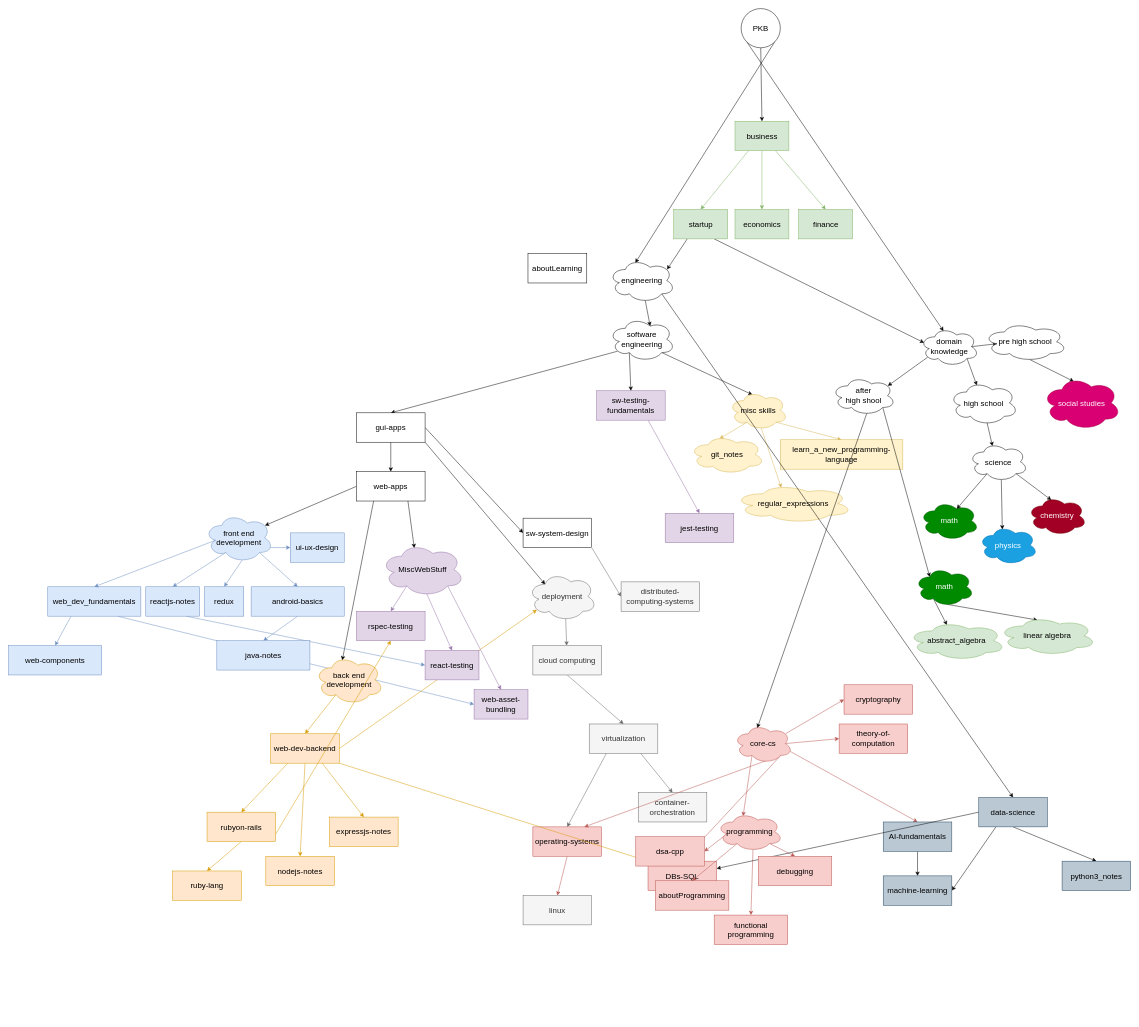
This is page "college-now" (1 of 4) of assets/personal_knowledge_base.drawio from sanjar-notes/.github, a draw.io file, before an edit. Source tidied: cells renumbered, new cells numbered last; positions are measured from the earlier drawing's top-left corner, leaving out a move shared by most shapes. Both pictures are drawn from the tidied source at 49%, with x=0, y=0 at pixel (8, 8).
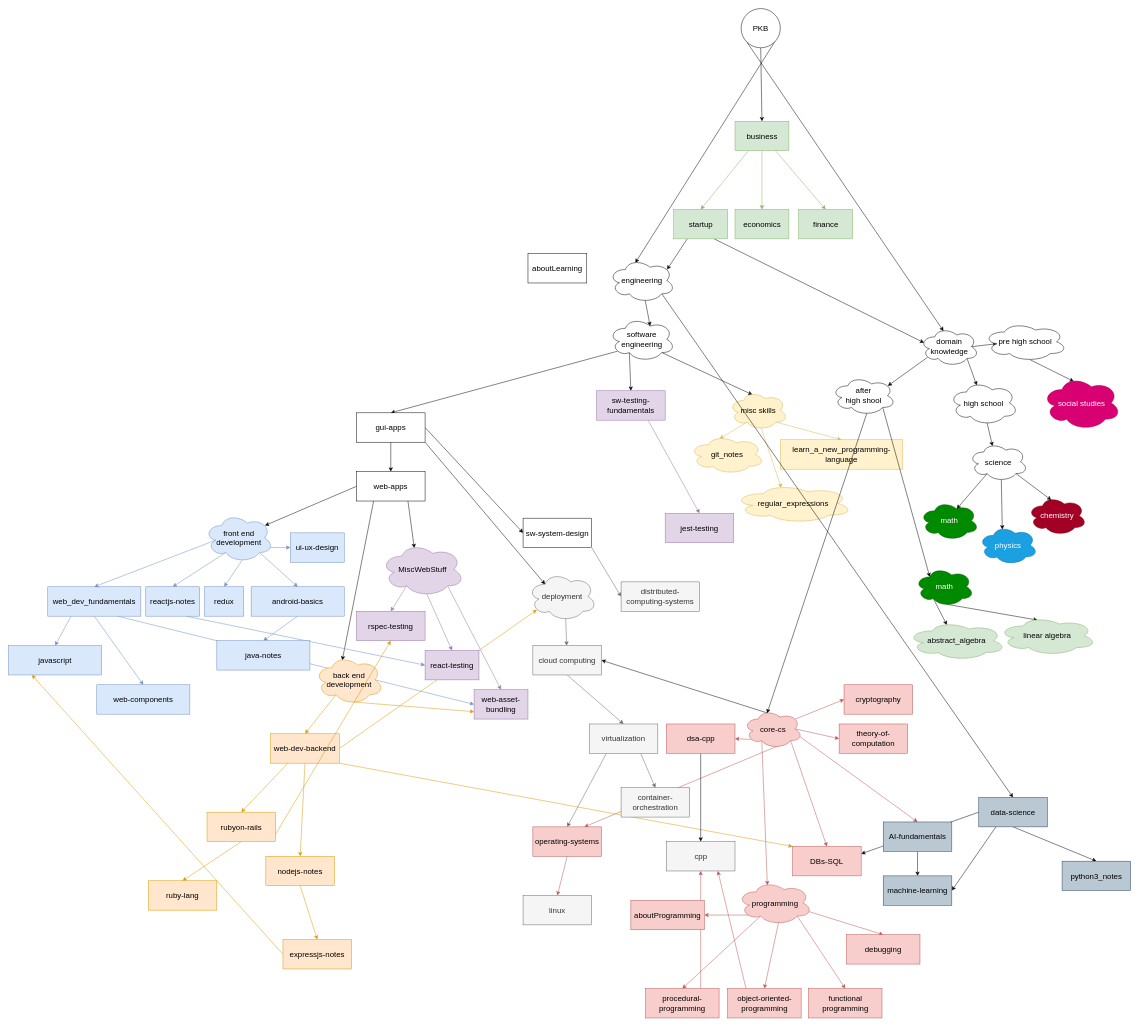
The same page after the edit.

Commit message (it also covers changes not shown here):
Add programming paradigms and cpp

The change refers to these unchanged cells:
```xml
<mxCell id="3" value="cloud computing" style="rounded=0;whiteSpace=wrap;html=1;fontSize=16;fillColor=#f5f5f5;fontColor=#333333;strokeColor=#666666;" parent="1" vertex="1">
  <mxGeometry x="1070" y="1300" width="140" height="60" as="geometry" />
</mxCell>
<mxCell id="5" value="operating-systems" style="rounded=0;whiteSpace=wrap;html=1;fontSize=16;fillColor=#f8cecc;strokeColor=#b85450;fontColor=#000000;" parent="1" vertex="1">
  <mxGeometry x="1070" y="1670" width="140" height="60" as="geometry" />
</mxCell>
<mxCell id="13" value="web_dev_fundamentals" style="rounded=0;whiteSpace=wrap;html=1;fontSize=16;fillColor=#dae8fc;strokeColor=#6c8ebf;fontColor=#000000;" parent="1" vertex="1">
  <mxGeometry x="80" y="1180" width="190" height="60" as="geometry" />
</mxCell>
<mxCell id="26" value="back end development" style="ellipse;shape=cloud;whiteSpace=wrap;html=1;fontSize=16;fillColor=#ffe6cc;strokeColor=#d79b00;fontColor=#000000;" parent="1" vertex="1">
  <mxGeometry x="625" y="1320" width="140" height="100" as="geometry" />
</mxCell>
<mxCell id="34" value="web-dev-backend" style="rounded=0;whiteSpace=wrap;html=1;fontSize=16;fillColor=#ffe6cc;strokeColor=#d79b00;fontColor=#000000;" parent="1" vertex="1">
  <mxGeometry x="535" y="1480" width="140" height="60" as="geometry" />
</mxCell>
<mxCell id="37" value="rubyon-rails" style="rounded=0;whiteSpace=wrap;html=1;fontSize=16;fillColor=#ffe6cc;strokeColor=#d79b00;fontColor=#000000;" parent="1" vertex="1">
  <mxGeometry x="405" y="1640" width="140" height="60" as="geometry" />
</mxCell>
<mxCell id="38" value="nodejs-notes" style="rounded=0;whiteSpace=wrap;html=1;fontSize=16;fillColor=#ffe6cc;strokeColor=#d79b00;fontColor=#000000;" parent="1" vertex="1">
  <mxGeometry x="525" y="1730" width="140" height="60" as="geometry" />
</mxCell>
<mxCell id="47" value="rspec-testing" style="rounded=0;whiteSpace=wrap;html=1;fontSize=16;fillColor=#e1d5e7;strokeColor=#9673a6;fontColor=#000000;" parent="1" vertex="1">
  <mxGeometry x="710" y="1230" width="140" height="60" as="geometry" />
</mxCell>
<mxCell id="125" value="data-science" style="rounded=0;whiteSpace=wrap;html=1;fontSize=16;fillColor=#bac8d3;strokeColor=#23445d;fontColor=#000000;" parent="1" vertex="1">
  <mxGeometry x="1980" y="1610" width="140" height="60" as="geometry" />
</mxCell>
<mxCell id="127" value="web-asset-bundling" style="rounded=0;whiteSpace=wrap;html=1;fontSize=16;fillColor=#e1d5e7;strokeColor=#9673a6;" parent="1" vertex="1">
  <mxGeometry x="950" y="1390" width="110" height="60" as="geometry" />
</mxCell>
```

What changed in the source:
```diff
@@
+    <mxCell id="124" style="edgeStyle=none;rounded=0;jettySize=auto;html=1;exitX=0;exitY=0.5;exitDx=0;exitDy=0;entryX=1;entryY=0.25;entryDx=0;entryDy=0;" parent="1" edge="1" source="125" target="55">
+      <mxGeometry relative="1" as="geometry" />
+    </mxCell>
+    <mxCell id="49" style="edgeStyle=none;html=1;exitX=0.8;exitY=0.8;exitDx=0;exitDy=0;exitPerimeter=0;entryX=0.75;entryY=0;entryDx=0;entryDy=0;fillColor=#f8cecc;strokeColor=#b85450;fontColor=#000000;" parent="1" edge="1" source="54" target="5">
+      <mxGeometry relative="1" as="geometry" />
+    </mxCell>
+    <mxCell id="32" style="edgeStyle=none;html=1;exitX=1;exitY=1;exitDx=0;exitDy=0;entryX=0;entryY=0;entryDx=0;entryDy=0;fontColor=#000000;fillColor=#ffe6cc;strokeColor=#d79b00;" parent="1" edge="1" source="34" target="55">
+      <mxGeometry relative="1" as="geometry" />
+    </mxCell>
+    <mxCell id="144" style="edgeStyle=none;rounded=0;jettySize=auto;html=1;exitX=0.75;exitY=0;exitDx=0;exitDy=0;entryX=0.5;entryY=1;entryDx=0;entryDy=0;fillColor=#f8cecc;strokeColor=#b85450;" parent="1" edge="1" source="153" target="156">
+      <mxGeometry relative="1" as="geometry" />
+    </mxCell>
@@
     <mxCell id="6" value="container-orchestration" style="rounded=0;whiteSpace=wrap;html=1;fontSize=16;fillColor=#f5f5f5;fontColor=#333333;strokeColor=#666666;" parent="1" vertex="1">
-      <mxGeometry x="1285" y="1600" width="140" height="60" as="geometry" />
+      <mxGeometry x="1250" y="1590" width="140" height="60" as="geometry" />
     </mxCell>
@@
+    <mxCell id="145" style="edgeStyle=none;rounded=0;jettySize=auto;html=1;exitX=0.5;exitY=1;exitDx=0;exitDy=0;entryX=0.5;entryY=0;entryDx=0;entryDy=0;fillColor=#dae8fc;strokeColor=#6c8ebf;" parent="1" edge="1" source="13" target="155">
+      <mxGeometry relative="1" as="geometry" />
+    </mxCell>
@@
+    <mxCell id="146" style="edgeStyle=none;rounded=0;jettySize=auto;html=1;exitX=0.55;exitY=0.95;exitDx=0;exitDy=0;exitPerimeter=0;entryX=0;entryY=0.75;entryDx=0;entryDy=0;fillColor=#ffe6cc;strokeColor=#d79b00;" parent="1" edge="1" source="26" target="127">
+      <mxGeometry relative="1" as="geometry" />
+    </mxCell>
@@
-    <mxCell id="31" style="edgeStyle=none;html=1;exitX=0.75;exitY=1;exitDx=0;exitDy=0;entryX=0.5;entryY=0;entryDx=0;entryDy=0;fillColor=#ffe6cc;strokeColor=#d79b00;fontColor=#000000;" parent="1" edge="1" source="34" target="39">
+    <mxCell id="31" style="edgeStyle=none;html=1;exitX=0.5;exitY=1;exitDx=0;exitDy=0;entryX=0.5;entryY=0;entryDx=0;entryDy=0;fillColor=#ffe6cc;strokeColor=#d79b00;fontColor=#000000;" parent="1" edge="1" source="38" target="39">
       <mxGeometry relative="1" as="geometry" />
     </mxCell>
-    <mxCell id="32" style="edgeStyle=none;html=1;exitX=1;exitY=1;exitDx=0;exitDy=0;entryX=0;entryY=0;entryDx=0;entryDy=0;fontColor=#000000;fillColor=#ffe6cc;strokeColor=#d79b00;" parent="1" edge="1" source="34" target="55">
-      <mxGeometry relative="1" as="geometry" />
-    </mxCell>
@@
-    <mxCell id="36" style="edgeStyle=none;rounded=0;jettySize=auto;html=1;exitX=1;exitY=0.75;exitDx=0;exitDy=0;entryX=0.5;entryY=1;entryDx=0;entryDy=0;fillColor=#ffe6cc;strokeColor=#d79b00;" parent="1" edge="1" source="37" target="47">
-      <mxGeometry relative="1" as="geometry" />
-    </mxCell>
@@
+    <mxCell id="147" style="edgeStyle=none;rounded=0;jettySize=auto;html=1;exitX=0;exitY=0.5;exitDx=0;exitDy=0;entryX=0.25;entryY=1;entryDx=0;entryDy=0;fillColor=#ffe6cc;strokeColor=#d79b00;" parent="1" edge="1" source="39" target="137">
+      <mxGeometry relative="1" as="geometry" />
+    </mxCell>
     <mxCell id="39" value="expressjs-notes" style="rounded=0;whiteSpace=wrap;html=1;fontSize=16;fillColor=#ffe6cc;strokeColor=#d79b00;fontColor=#000000;" parent="1" vertex="1">
-      <mxGeometry x="655" y="1650" width="140" height="60" as="geometry" />
+      <mxGeometry x="560" y="1900" width="140" height="60" as="geometry" />
     </mxCell>
@@
     <mxCell id="42" value="ruby-lang" style="rounded=0;whiteSpace=wrap;html=1;fontSize=16;fillColor=#ffe6cc;strokeColor=#d79b00;fontColor=#000000;" parent="1" vertex="1">
-      <mxGeometry x="335" y="1760" width="140" height="60" as="geometry" />
+      <mxGeometry x="285" y="1780" width="140" height="60" as="geometry" />
     </mxCell>
@@
-    <mxCell id="49" style="edgeStyle=none;html=1;exitX=0.8;exitY=0.8;exitDx=0;exitDy=0;exitPerimeter=0;entryX=0.75;entryY=0;entryDx=0;entryDy=0;fillColor=#f8cecc;strokeColor=#b85450;fontColor=#000000;" parent="1" edge="1" source="54" target="5">
-      <mxGeometry relative="1" as="geometry" />
-    </mxCell>
@@
+    <mxCell id="148" style="edgeStyle=none;rounded=0;jettySize=auto;html=1;exitX=0.625;exitY=0.2;exitDx=0;exitDy=0;exitPerimeter=0;entryX=1;entryY=0.5;entryDx=0;entryDy=0;" parent="1" edge="1" source="54" target="3">
+      <mxGeometry relative="1" as="geometry" />
+    </mxCell>
     <mxCell id="54" value="core-cs" style="ellipse;shape=cloud;whiteSpace=wrap;html=1;fontSize=16;fillColor=#f8cecc;strokeColor=#b85450;fontColor=#000000;" parent="1" vertex="1">
-      <mxGeometry x="1480" y="1460" width="120" height="80" as="geometry" />
+      <mxGeometry x="1500" y="1430" width="120" height="80" as="geometry" />
     </mxCell>
     <mxCell id="55" value="DBs-SQL" style="rounded=0;whiteSpace=wrap;html=1;fontSize=16;fillColor=#f8cecc;strokeColor=#b85450;fontColor=#000000;" parent="1" vertex="1">
-      <mxGeometry x="1305" y="1740" width="140" height="60" as="geometry" />
+      <mxGeometry x="1600" y="1710" width="140" height="60" as="geometry" />
     </mxCell>
@@
-    <mxCell id="57" style="edgeStyle=none;html=1;exitX=0.16;exitY=0.55;exitDx=0;exitDy=0;exitPerimeter=0;entryX=1;entryY=0.5;entryDx=0;entryDy=0;fillColor=#f8cecc;strokeColor=#b85450;fontColor=#000000;" parent="1" edge="1" source="61" target="62">
+    <mxCell id="57" style="edgeStyle=none;html=1;exitX=0.13;exitY=0.77;exitDx=0;exitDy=0;exitPerimeter=0;entryX=1;entryY=0.5;entryDx=0;entryDy=0;fillColor=#f8cecc;strokeColor=#b85450;fontColor=#000000;" parent="1" edge="1" source="54" target="62">
       <mxGeometry relative="1" as="geometry" />
     </mxCell>
-    <mxCell id="58" style="edgeStyle=none;html=1;exitX=0.31;exitY=0.8;exitDx=0;exitDy=0;exitPerimeter=0;entryX=0.5;entryY=0;entryDx=0;entryDy=0;fillColor=#f8cecc;strokeColor=#b85450;fontColor=#000000;" parent="1" edge="1" source="61" target="97">
-      <mxGeometry relative="1" as="geometry" />
+    <mxCell id="58" style="edgeStyle=none;html=1;entryX=1;entryY=0.5;entryDx=0;entryDy=0;fillColor=#f8cecc;strokeColor=#b85450;fontColor=#000000;" parent="1" edge="1" target="97">
+      <mxGeometry relative="1" as="geometry">
+        <mxPoint x="1510" y="1850" as="sourcePoint" />
+      </mxGeometry>
     </mxCell>
@@
-    <mxCell id="60" style="edgeStyle=none;rounded=0;jettySize=auto;html=1;exitX=0.8;exitY=0.8;exitDx=0;exitDy=0;exitPerimeter=0;entryX=0.5;entryY=0;entryDx=0;entryDy=0;fillColor=#f8cecc;strokeColor=#b85450;" parent="1" edge="1" source="61" target="134">
+    <mxCell id="60" style="edgeStyle=none;rounded=0;jettySize=auto;html=1;exitX=0.96;exitY=0.7;exitDx=0;exitDy=0;exitPerimeter=0;entryX=0.5;entryY=0;entryDx=0;entryDy=0;fillColor=#f8cecc;strokeColor=#b85450;" parent="1" edge="1" source="61" target="134">
       <mxGeometry relative="1" as="geometry" />
     </mxCell>
+    <mxCell id="149" style="rounded=0;jettySize=auto;html=1;exitX=0.31;exitY=0.8;exitDx=0;exitDy=0;exitPerimeter=0;entryX=0.5;entryY=0;entryDx=0;entryDy=0;fillColor=#f8cecc;strokeColor=#b85450;" parent="1" edge="1" source="61" target="153">
+      <mxGeometry relative="1" as="geometry" />
+    </mxCell>
+    <mxCell id="150" style="edgeStyle=none;rounded=0;jettySize=auto;html=1;exitX=0.8;exitY=0.8;exitDx=0;exitDy=0;exitPerimeter=0;entryX=0.5;entryY=0;entryDx=0;entryDy=0;fillColor=#f8cecc;strokeColor=#b85450;" parent="1" edge="1" source="61" target="154">
+      <mxGeometry relative="1" as="geometry" />
+    </mxCell>
     <mxCell id="61" value="programming" style="ellipse;shape=cloud;whiteSpace=wrap;html=1;fontSize=16;fillColor=#f8cecc;strokeColor=#b85450;fontColor=#000000;" parent="1" vertex="1">
-      <mxGeometry x="1445" y="1640" width="135" height="80" as="geometry" />
+      <mxGeometry x="1487.5" y="1780" width="152.5" height="90" as="geometry" />
     </mxCell>
+    <mxCell id="151" style="edgeStyle=none;rounded=0;jettySize=auto;html=1;exitX=0.5;exitY=1;exitDx=0;exitDy=0;" parent="1" edge="1" source="62" target="156">
+      <mxGeometry relative="1" as="geometry" />
+    </mxCell>
     <mxCell id="62" value="dsa-cpp" style="rounded=0;whiteSpace=wrap;html=1;fontSize=16;fillColor=#f8cecc;strokeColor=#b85450;fontColor=#000000;" parent="1" vertex="1">
-      <mxGeometry x="1280" y="1690" width="140" height="60" as="geometry" />
+      <mxGeometry x="1342.5" y="1460" width="140" height="60" as="geometry" />
     </mxCell>
@@
+    <mxCell id="98" value="learn_a_new_programming-language" style="rounded=0;whiteSpace=wrap;html=1;fontSize=16;fillColor=#fff2cc;strokeColor=#d6b656;fontColor=#000000;" parent="1" vertex="1">
+      <mxGeometry x="1575" y="880" width="250" height="60" as="geometry" />
+    </mxCell>
     <mxCell id="97" value="aboutProgramming" style="rounded=0;whiteSpace=wrap;html=1;fillColor=#f8cecc;strokeColor=#b85450;fontSize=16;fontColor=#000000;" parent="1" vertex="1">
-      <mxGeometry x="1320" y="1780" width="150" height="60" as="geometry" />
+      <mxGeometry x="1270" y="1820" width="150" height="60" as="geometry" />
     </mxCell>
-    <mxCell id="98" value="learn_a_new_programming-language" style="rounded=0;whiteSpace=wrap;html=1;fontSize=16;fillColor=#fff2cc;strokeColor=#d6b656;fontColor=#000000;" parent="1" vertex="1">
-      <mxGeometry x="1575" y="880" width="250" height="60" as="geometry" />
-    </mxCell>
@@
-    <mxCell id="124" style="edgeStyle=none;rounded=0;jettySize=auto;html=1;exitX=0;exitY=0.5;exitDx=0;exitDy=0;entryX=1;entryY=0.25;entryDx=0;entryDy=0;" parent="1" edge="1" source="125" target="55">
-      <mxGeometry relative="1" as="geometry" />
-    </mxCell>
@@
+    <mxCell id="152" style="edgeStyle=none;rounded=0;jettySize=auto;html=1;exitX=0.25;exitY=0;exitDx=0;exitDy=0;entryX=0.75;entryY=1;entryDx=0;entryDy=0;fillColor=#f8cecc;strokeColor=#b85450;" parent="1" edge="1" source="133" target="156">
+      <mxGeometry relative="1" as="geometry" />
+    </mxCell>
-    <mxCell id="133" value="functional programming" style="rounded=0;whiteSpace=wrap;html=1;fillColor=#f8cecc;strokeColor=#b85450;fontSize=16;fontColor=#000000;" parent="1" vertex="1">
-      <mxGeometry x="1440" y="1850" width="150" height="60" as="geometry" />
+    <mxCell id="133" value="object-oriented-programming" style="rounded=0;whiteSpace=wrap;html=1;fillColor=#f8cecc;strokeColor=#b85450;fontSize=16;fontColor=#000000;" parent="1" vertex="1">
+      <mxGeometry x="1467.5" y="2000" width="150" height="60" as="geometry" />
     </mxCell>
     <mxCell id="134" value="debugging" style="rounded=0;whiteSpace=wrap;html=1;fillColor=#f8cecc;strokeColor=#b85450;fontSize=16;fontColor=#000000;" parent="1" vertex="1">
-      <mxGeometry x="1530" y="1730" width="150" height="60" as="geometry" />
+      <mxGeometry x="1710" y="1890" width="150" height="60" as="geometry" />
     </mxCell>
@@
-    <mxCell id="137" value="web-components" style="rounded=0;whiteSpace=wrap;html=1;fontSize=16;fillColor=#dae8fc;strokeColor=#6c8ebf;fontColor=#000000;" parent="1" vertex="1">
+    <mxCell id="137" value="javascript" style="rounded=0;whiteSpace=wrap;html=1;fontSize=16;fillColor=#dae8fc;strokeColor=#6c8ebf;fontColor=#000000;" parent="1" vertex="1">
       <mxGeometry y="1300" width="190" height="60" as="geometry" />
     </mxCell>
@@
+    <mxCell id="153" value="procedural-programming" style="rounded=0;whiteSpace=wrap;html=1;fillColor=#f8cecc;strokeColor=#b85450;fontSize=16;fontColor=#000000;" parent="1" vertex="1">
+      <mxGeometry x="1300" y="2000" width="150" height="60" as="geometry" />
+    </mxCell>
+    <mxCell id="154" value="functional programming" style="rounded=0;whiteSpace=wrap;html=1;fillColor=#f8cecc;strokeColor=#b85450;fontSize=16;fontColor=#000000;" parent="1" vertex="1">
+      <mxGeometry x="1632.5" y="2000" width="150" height="60" as="geometry" />
+    </mxCell>
+    <mxCell id="155" value="web-components" style="rounded=0;whiteSpace=wrap;html=1;fontSize=16;fillColor=#dae8fc;strokeColor=#6c8ebf;fontColor=#000000;" parent="1" vertex="1">
+      <mxGeometry x="180" y="1380" width="190" height="60" as="geometry" />
+    </mxCell>
+    <mxCell id="156" value="cpp" style="rounded=0;whiteSpace=wrap;html=1;fontSize=16;fillColor=#f5f5f5;fontColor=#333333;strokeColor=#666666;" parent="1" vertex="1">
+      <mxGeometry x="1342.5" y="1700" width="140" height="60" as="geometry" />
+    </mxCell>
+    <mxCell id="36" style="edgeStyle=none;rounded=0;jettySize=auto;html=1;exitX=1;exitY=0.75;exitDx=0;exitDy=0;entryX=0.5;entryY=1;entryDx=0;entryDy=0;fillColor=#ffe6cc;strokeColor=#d79b00;" parent="1" edge="1" source="37" target="47">
+      <mxGeometry relative="1" as="geometry" />
+    </mxCell>
```
